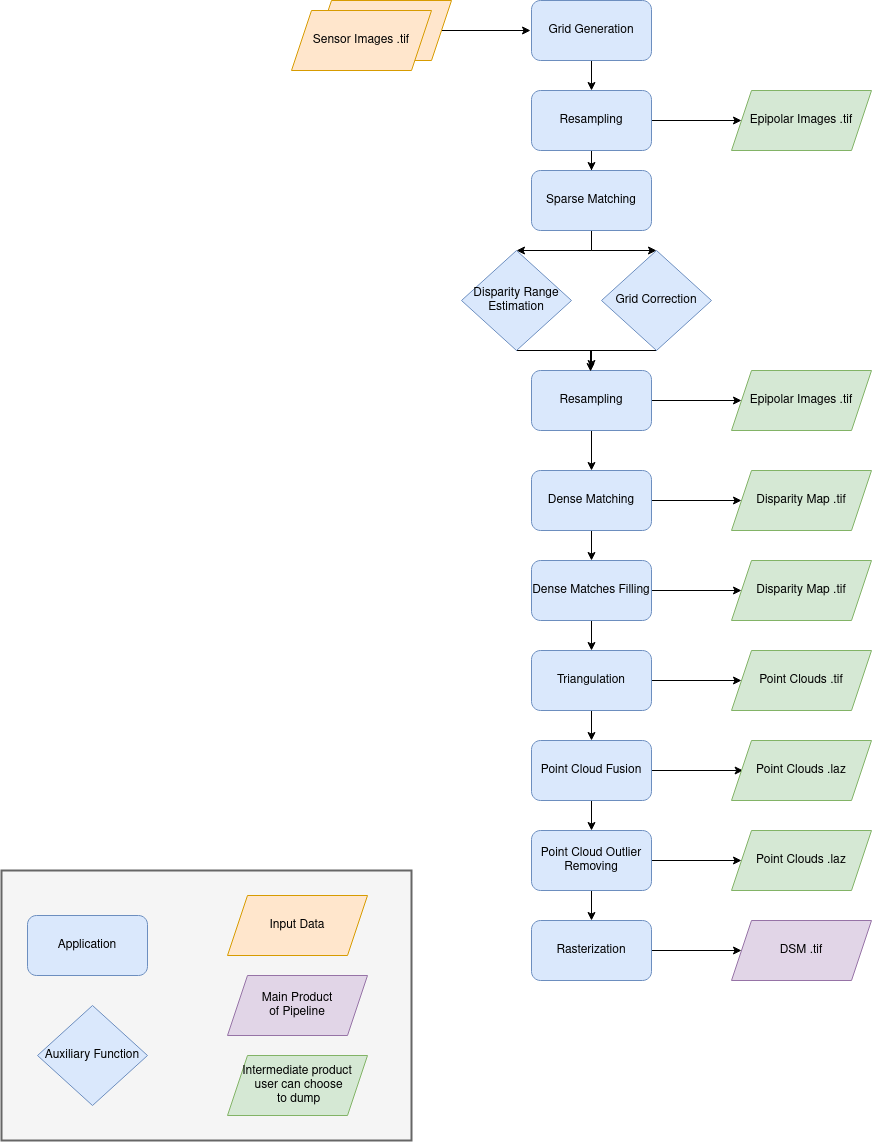
This is docs/source/images/cars_pipeline_sensor2dsm.png from CNES/cars, a draw.io export, as it was before one commit. Source tidied: cells renumbered, new cells last; positions are measured from the earlier drawing's top-left corner, leaving out a move shared by most shapes.
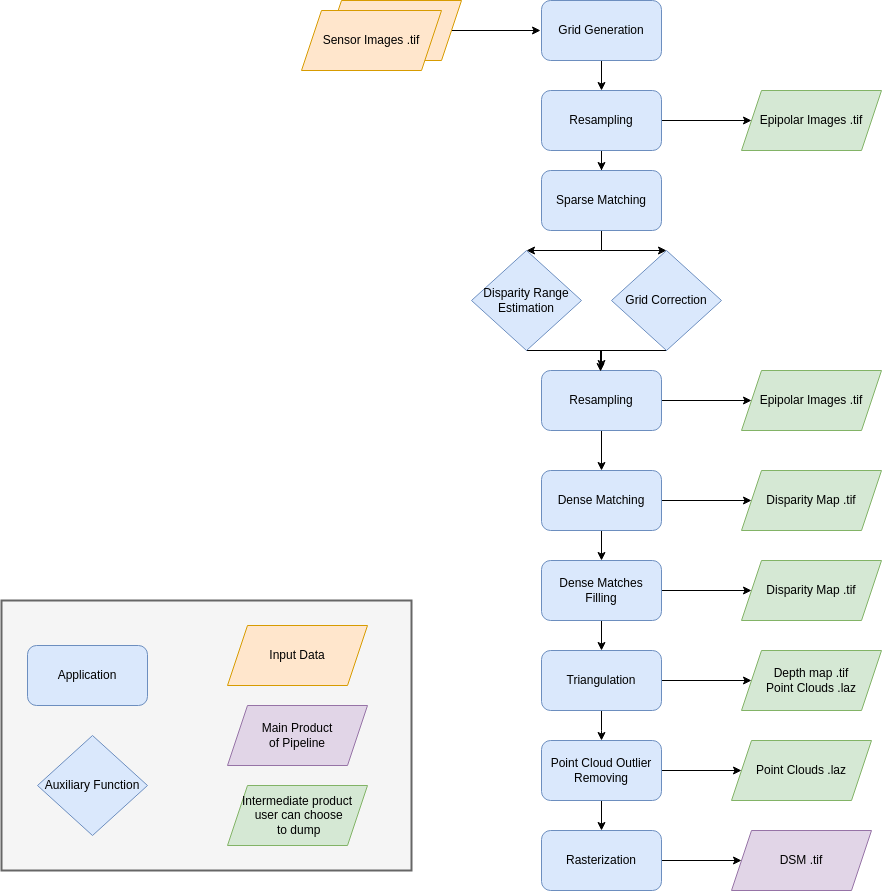
After the change.

What changed in the source:
```diff
@@ -32,8 +32,10 @@
     <mxCell id="11" value="Sparse Matching" style="rounded=1;whiteSpace=wrap;html=1;fillColor=#dae8fc;strokeColor=#6c8ebf;" parent="1" vertex="1">
       <mxGeometry x="530" y="170" width="120" height="60" as="geometry" />
     </mxCell>
-    <mxCell id="12" style="edgeStyle=orthogonalEdgeStyle;rounded=0;jettySize=auto;html=1;strokeWidth=1;" parent="1" edge="1" source="14" target="17">
-      <mxGeometry relative="1" as="geometry" />
+    <mxCell id="12" style="edgeStyle=orthogonalEdgeStyle;rounded=0;jettySize=auto;html=1;strokeWidth=1;" parent="1" edge="1" source="14">
+      <mxGeometry relative="1" as="geometry">
+        <mxPoint x="590" y="740" as="targetPoint" />
+      </mxGeometry>
     </mxCell>
     <mxCell id="13" style="edgeStyle=orthogonalEdgeStyle;rounded=0;jettySize=auto;html=1;strokeWidth=1;" parent="1" edge="1" source="14" target="39">
       <mxGeometry relative="1" as="geometry" />
@@ -41,15 +43,6 @@
     <mxCell id="14" value="Triangulation" style="rounded=1;whiteSpace=wrap;html=1;fillColor=#dae8fc;strokeColor=#6c8ebf;" parent="1" vertex="1">
       <mxGeometry x="530" y="650" width="120" height="60" as="geometry" />
     </mxCell>
-    <mxCell id="15" style="edgeStyle=orthogonalEdgeStyle;rounded=0;jettySize=auto;html=1;strokeWidth=1;" parent="1" edge="1" source="17" target="28">
-      <mxGeometry relative="1" as="geometry" />
-    </mxCell>
-    <mxCell id="16" style="edgeStyle=orthogonalEdgeStyle;rounded=0;jettySize=auto;html=1;entryX=0.083;entryY=0.5;entryDx=0;entryDy=0;entryPerimeter=0;strokeWidth=1;" parent="1" edge="1" source="17" target="32">
-      <mxGeometry relative="1" as="geometry" />
-    </mxCell>
-    <mxCell id="17" value="Point Cloud Fusion" style="rounded=1;whiteSpace=wrap;html=1;fillColor=#dae8fc;strokeColor=#6c8ebf;" parent="1" vertex="1">
-      <mxGeometry x="530" y="740" width="120" height="60" as="geometry" />
-    </mxCell>
     <mxCell id="18" style="edgeStyle=orthogonalEdgeStyle;rounded=0;jettySize=auto;html=1;strokeWidth=1;" parent="1" edge="1" source="20" target="36">
       <mxGeometry relative="1" as="geometry" />
     </mxCell>
@@ -85,22 +78,19 @@
       <mxGeometry relative="1" as="geometry" />
     </mxCell>
     <mxCell id="28" value="Point Cloud Outlier Removing" style="rounded=1;whiteSpace=wrap;html=1;fillColor=#dae8fc;strokeColor=#6c8ebf;" parent="1" vertex="1">
-      <mxGeometry x="530" y="830" width="120" height="60" as="geometry" />
+      <mxGeometry x="530" y="740" width="120" height="60" as="geometry" />
     </mxCell>
     <mxCell id="29" style="edgeStyle=orthogonalEdgeStyle;rounded=0;jettySize=auto;html=1;strokeWidth=1;" parent="1" edge="1" source="30" target="31">
       <mxGeometry relative="1" as="geometry" />
     </mxCell>
     <mxCell id="30" value="Rasterization" style="rounded=1;whiteSpace=wrap;html=1;fillColor=#dae8fc;strokeColor=#6c8ebf;" parent="1" vertex="1">
-      <mxGeometry x="530" y="920" width="120" height="60" as="geometry" />
+      <mxGeometry x="530" y="830" width="120" height="60" as="geometry" />
     </mxCell>
     <mxCell id="31" value="DSM .tif" style="shape=parallelogram;perimeter=parallelogramPerimeter;whiteSpace=wrap;html=1;fixedSize=1;fillColor=#e1d5e7;strokeColor=#9673a6;" parent="1" vertex="1">
-      <mxGeometry x="730" y="920" width="140" height="60" as="geometry" />
+      <mxGeometry x="720" y="830" width="140" height="60" as="geometry" />
     </mxCell>
-    <mxCell id="32" value="Point Clouds .laz" style="shape=parallelogram;perimeter=parallelogramPerimeter;whiteSpace=wrap;html=1;fixedSize=1;fillColor=#d5e8d4;strokeColor=#82b366;" parent="1" vertex="1">
-      <mxGeometry x="730" y="740" width="140" height="60" as="geometry" />
-    </mxCell>
     <mxCell id="33" value="Point Clouds .laz" style="shape=parallelogram;perimeter=parallelogramPerimeter;whiteSpace=wrap;html=1;fixedSize=1;fillColor=#d5e8d4;strokeColor=#82b366;" parent="1" vertex="1">
-      <mxGeometry x="730" y="830" width="140" height="60" as="geometry" />
+      <mxGeometry x="720" y="740" width="140" height="60" as="geometry" />
     </mxCell>
     <mxCell id="34" value="Epipolar Images .tif" style="shape=parallelogram;perimeter=parallelogramPerimeter;whiteSpace=wrap;html=1;fixedSize=1;fillColor=#d5e8d4;strokeColor=#82b366;" parent="1" vertex="1">
       <mxGeometry x="730" y="90" width="140" height="60" as="geometry" />
@@ -121,7 +111,7 @@
     <mxCell id="38" value="Grid Correction" style="rhombus;whiteSpace=wrap;html=1;fillColor=#dae8fc;strokeColor=#6c8ebf;" parent="1" vertex="1">
       <mxGeometry x="600" y="250" width="110" height="100" as="geometry" />
     </mxCell>
-    <mxCell id="39" value="Point Clouds .tif" style="shape=parallelogram;perimeter=parallelogramPerimeter;whiteSpace=wrap;html=1;fixedSize=1;fillColor=#d5e8d4;strokeColor=#82b366;" parent="1" vertex="1">
+    <mxCell id="39" value="Depth map .tif&lt;br&gt;Point Clouds .laz" style="shape=parallelogram;perimeter=parallelogramPerimeter;whiteSpace=wrap;html=1;fixedSize=1;fillColor=#d5e8d4;strokeColor=#82b366;" parent="1" vertex="1">
       <mxGeometry x="730" y="650" width="140" height="60" as="geometry" />
     </mxCell>
     <mxCell id="40" value="Sensor Images .tif" style="shape=parallelogram;perimeter=parallelogramPerimeter;whiteSpace=wrap;html=1;fixedSize=1;fillColor=#ffe6cc;strokeColor=#d79b00;" parent="1" vertex="1">
@@ -140,7 +130,7 @@
       <mxGeometry x="730" y="560" width="140" height="60" as="geometry" />
     </mxCell>
     <mxCell id="45" style="group;" parent="1" vertex="1">
-      <mxGeometry y="870" width="410" height="270" as="geometry" />
+      <mxGeometry x="-10" y="600" width="410" height="270" as="geometry" />
     </mxCell>
     <mxCell id="46" style="rounded=0;whiteSpace=wrap;html=1;fillColor=#f5f5f5;fontColor=#333333;strokeColor=#666666;strokeWidth=2;" parent="45" vertex="1">
       <mxGeometry width="410" height="270" as="geometry" />
```
